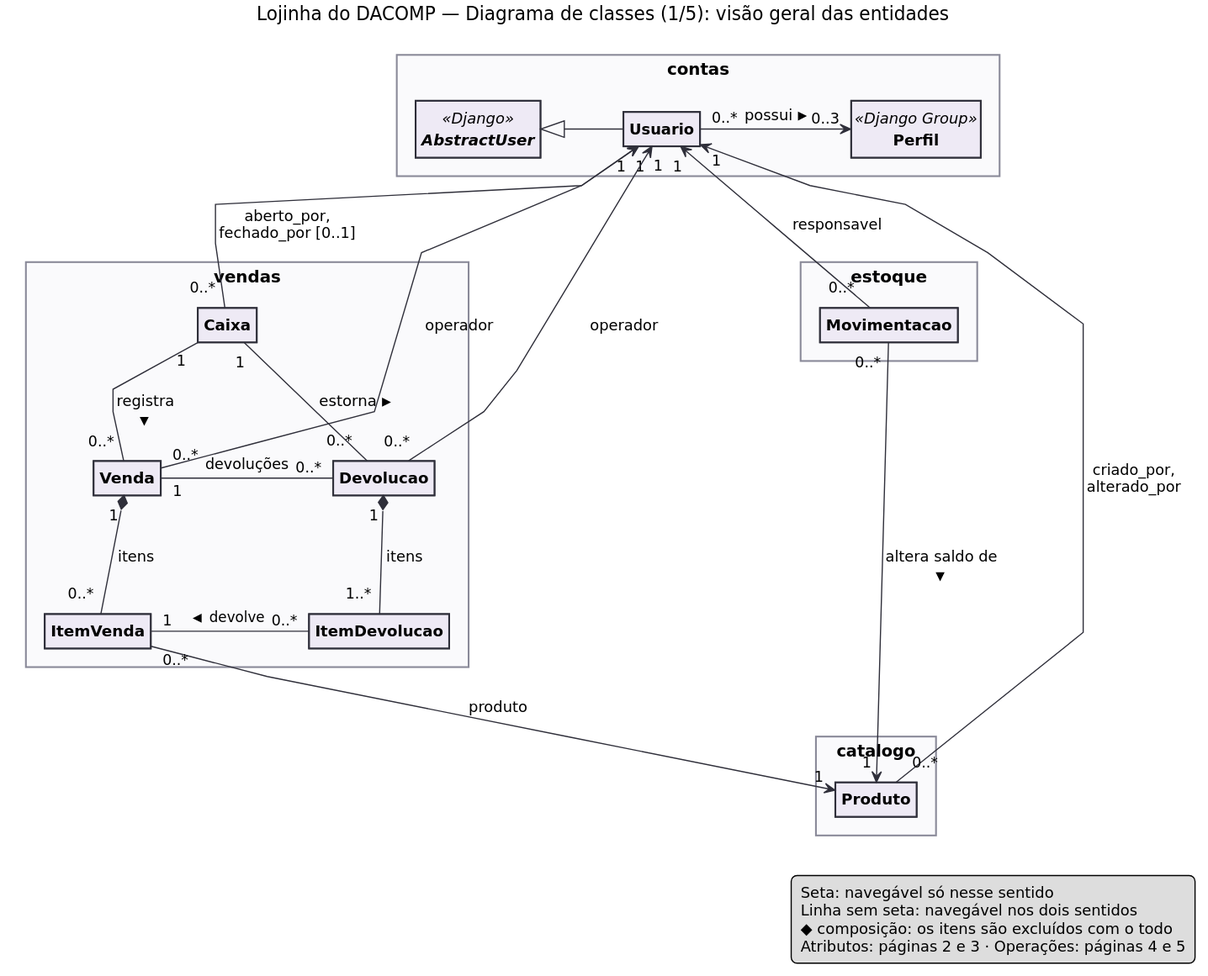
The PlantUML diagram docs/diagramas/classes-1-visao-geral.svg in PedroGasparetto/sistema-dacomp, before a commit.
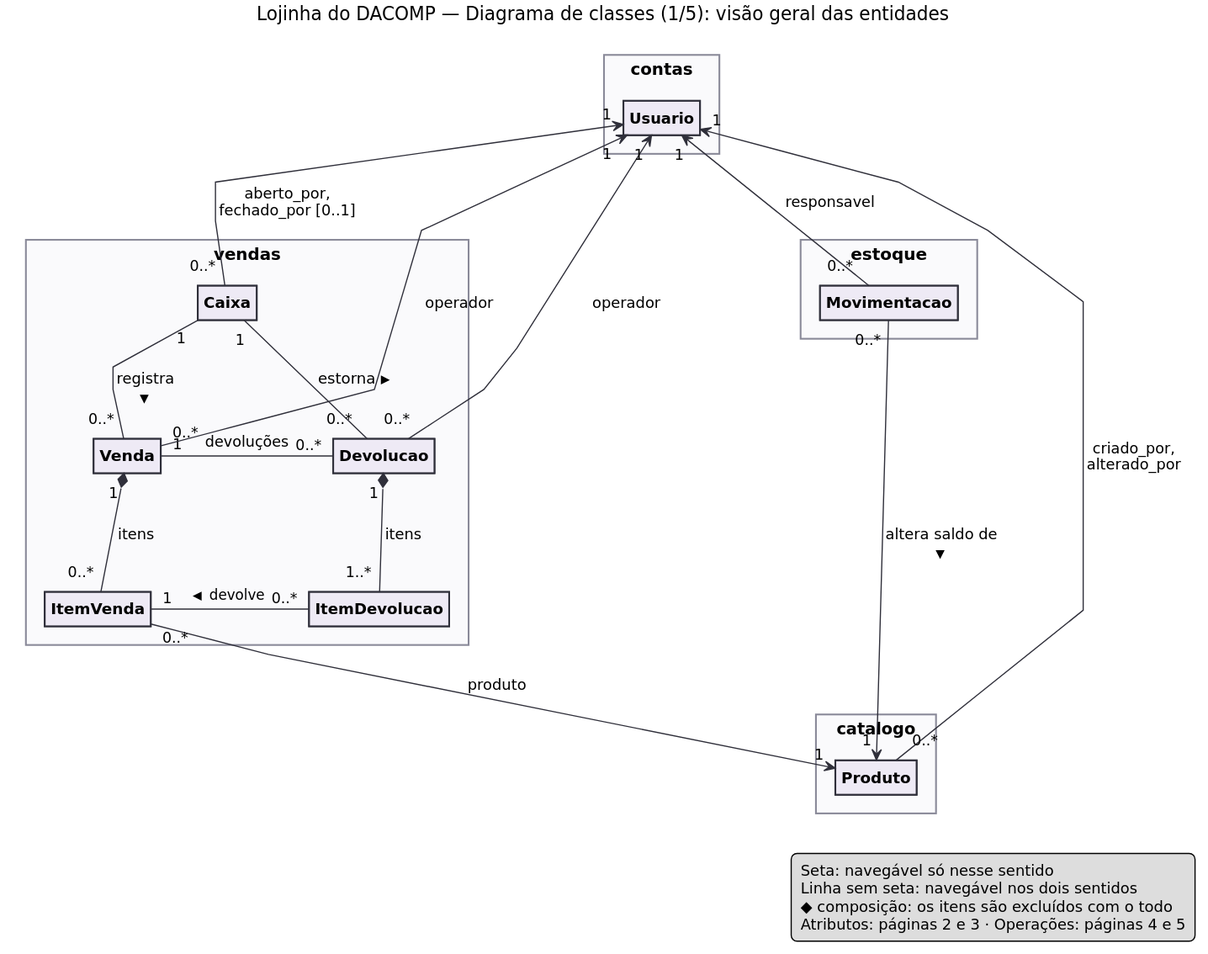
The same diagram one commit later.

Commit message:
Retira as classes do Django do diagrama de classes

Diff of the diagram source:
```diff
@@ -29,9 +29,7 @@
 hide members
 
 package "contas" {
-  abstract class AbstractUser <<Django>>
   class Usuario
-  class Perfil <<Django Group>>
 }
 
 package "catalogo" {
@@ -50,8 +48,6 @@
   class ItemDevolucao
 }
 
-AbstractUser <|-right- Usuario
-Usuario "0..*" -right-> "0..3" Perfil : possui >
 
 Caixa "1" -right- "0..*" Venda : registra >
 Venda "1" -right- "0..*" Devolucao : devoluções
```
